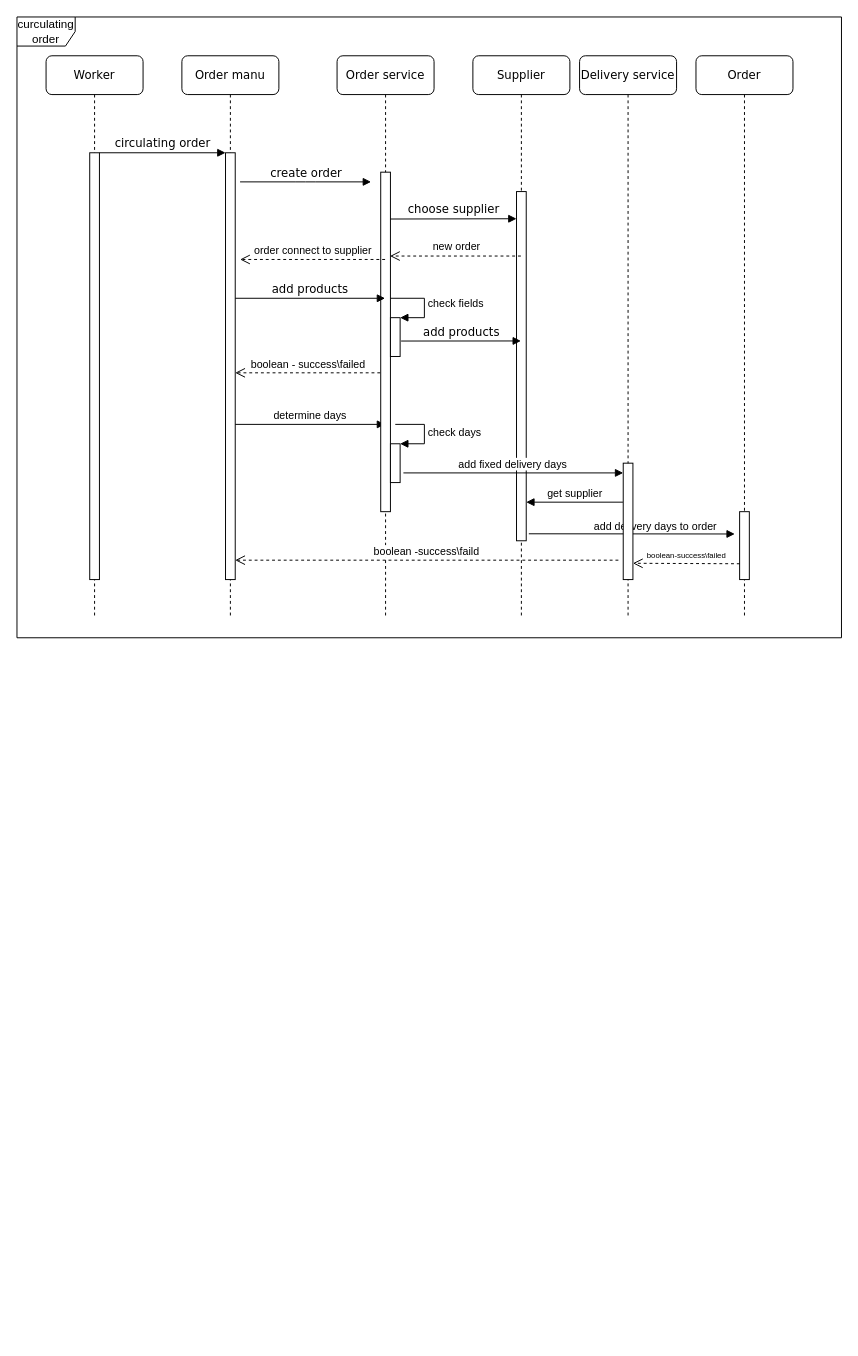
This is docs/use case diagram/sequence diagram scenario e.drawio from Naveavra/Market, a draw.io file, before an edit. Source tidied: cells renumbered, new cells numbered last; positions are measured from the earlier drawing's top-left corner, leaving out a move shared by most shapes. Both pictures are drawn from the tidied source at 97%, with x=0, y=0 at pixel (16, 16).
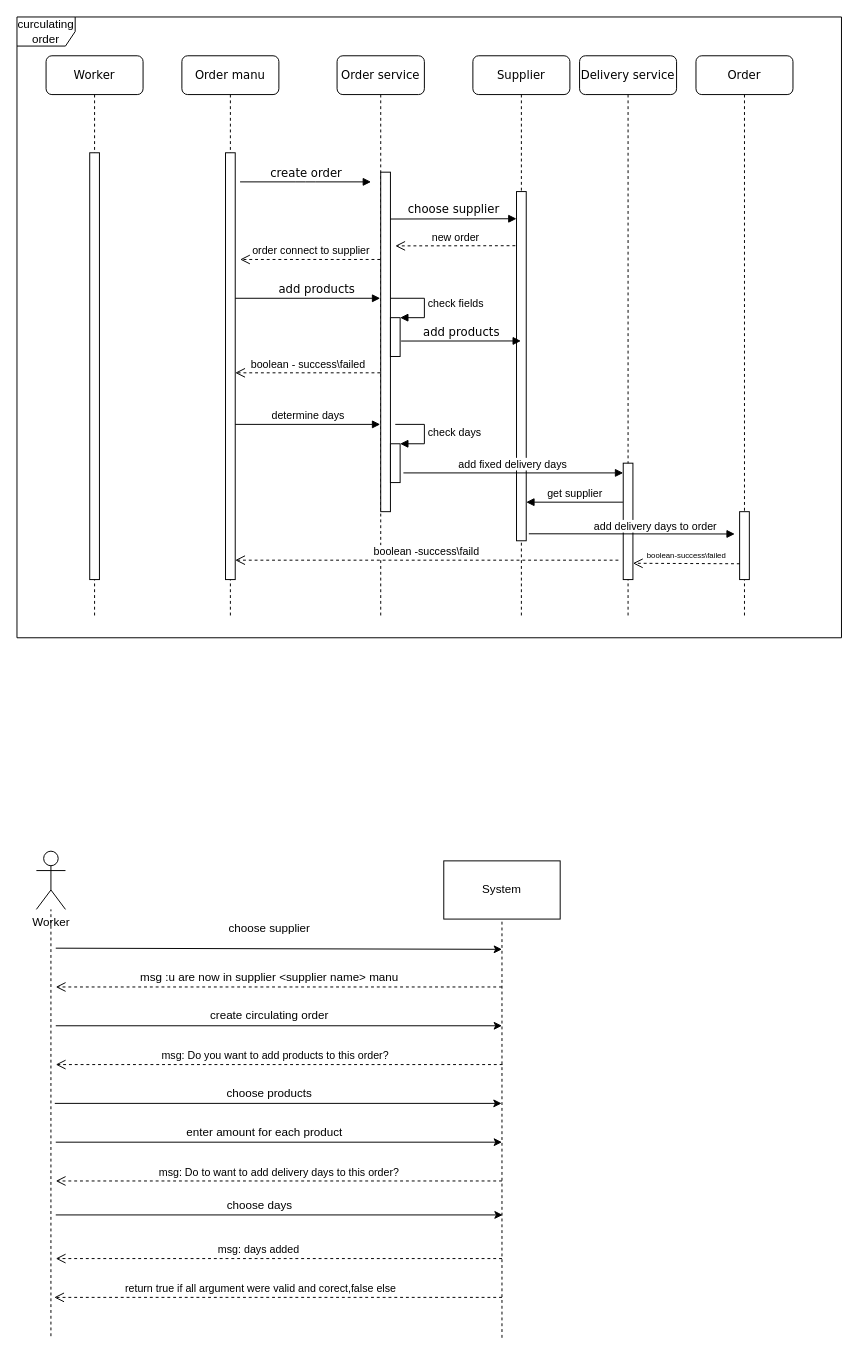
Above is the later version.

Commit message (it also covers changes not shown here):
add sequence diagram f

The change refers to these unchanged cells:
```xml
<mxCell id="8" style="html=1;points=[];perimeter=orthogonalPerimeter;rounded=0;shadow=0;comic=0;labelBackgroundColor=none;strokeWidth=1;fontFamily=Verdana;fontSize=12;align=center;" parent="7" vertex="1">
  <mxGeometry x="45" y="120" width="10" height="350" as="geometry" />
</mxCell>
<mxCell id="13" value="Supplier" style="shape=umlLifeline;perimeter=lifelinePerimeter;whiteSpace=wrap;html=1;outlineConnect=0;rounded=1;shadow=0;comic=0;labelBackgroundColor=none;strokeWidth=1;fontFamily=Verdana;fontSize=12;align=center;" parent="1" vertex="1">
  <mxGeometry x="470" y="40" width="100" height="580" as="geometry" />
</mxCell>
<mxCell id="15" style="html=1;points=[];perimeter=orthogonalPerimeter;rounded=0;shadow=0;comic=0;labelBackgroundColor=none;strokeWidth=1;fontFamily=Verdana;fontSize=12;align=center;" parent="14" vertex="1">
  <mxGeometry x="45" y="100" width="10" height="440" as="geometry" />
</mxCell>
<mxCell id="16" style="html=1;points=[];perimeter=orthogonalPerimeter;rounded=0;shadow=0;comic=0;labelBackgroundColor=none;strokeWidth=1;fontFamily=Verdana;fontSize=12;align=center;" parent="1" vertex="1">
  <mxGeometry x="515" y="180" width="10" height="360" as="geometry" />
</mxCell>
```

Change to the diagram source:
```diff
@@
-    <mxCell id="2" value="add delivery days to order" style="html=1;verticalAlign=bottom;endArrow=block;rounded=0;exitX=1.269;exitY=0.98;exitDx=0;exitDy=0;exitPerimeter=0;" parent="1" edge="1" source="16">
-      <mxGeometry x="0.22" y="-1" relative="1" as="geometry">
-        <mxPoint x="740" y="533" as="targetPoint" />
-      </mxGeometry>
-    </mxCell>
+    <mxCell id="7" value="Order service" style="shape=umlLifeline;perimeter=lifelinePerimeter;whiteSpace=wrap;html=1;outlineConnect=0;rounded=1;shadow=0;comic=0;labelBackgroundColor=none;strokeWidth=1;fontFamily=Verdana;fontSize=12;align=center;" parent="1" vertex="1">
+      <mxGeometry x="330" y="40" width="90" height="580" as="geometry" />
+    </mxCell>
-    <mxCell id="3" value="curculating order" style="shape=umlFrame;whiteSpace=wrap;html=1;" parent="1" vertex="1">
-      <mxGeometry width="850" height="640" as="geometry" />
+    <mxCell id="3" value="curculating order" style="shape=umlFrame;whiteSpace=wrap;html=1;" parent="7" vertex="1">
+      <mxGeometry x="-330" y="-40" width="850" height="640" as="geometry" />
     </mxCell>
-    <mxCell id="4" value="Order manu" style="shape=umlLifeline;perimeter=lifelinePerimeter;whiteSpace=wrap;html=1;rounded=1;shadow=0;comic=0;labelBackgroundColor=none;strokeWidth=1;fontFamily=Verdana;fontSize=12;align=center;" parent="1" vertex="1">
-      <mxGeometry x="170" y="40" width="100" height="580" as="geometry" />
-    </mxCell>
-    <mxCell id="5" style="html=1;points=[];perimeter=orthogonalPerimeter;rounded=0;shadow=0;comic=0;labelBackgroundColor=none;strokeWidth=1;fontFamily=Verdana;fontSize=12;align=center;" parent="4" vertex="1">
-      <mxGeometry x="45" y="100" width="10" height="440" as="geometry" />
-    </mxCell>
-    <mxCell id="6" value="determine days" style="html=1;verticalAlign=bottom;endArrow=block;rounded=0;" parent="4" edge="1" target="7">
-      <mxGeometry relative="1" as="geometry">
-        <mxPoint x="55" y="380" as="sourcePoint" />
-      </mxGeometry>
-    </mxCell>
-    <mxCell id="7" value="Order service" style="shape=umlLifeline;perimeter=lifelinePerimeter;whiteSpace=wrap;html=1;outlineConnect=0;rounded=1;shadow=0;comic=0;labelBackgroundColor=none;strokeWidth=1;fontFamily=Verdana;fontSize=12;align=center;" parent="1" vertex="1">
-      <mxGeometry x="330" y="40" width="100" height="580" as="geometry" />
-    </mxCell>
@@
+    <mxCell id="4" value="Order manu" style="shape=umlLifeline;perimeter=lifelinePerimeter;whiteSpace=wrap;html=1;rounded=1;shadow=0;comic=0;labelBackgroundColor=none;strokeWidth=1;fontFamily=Verdana;fontSize=12;align=center;" parent="1" vertex="1">
+      <mxGeometry x="170" y="40" width="100" height="580" as="geometry" />
+    </mxCell>
+    <mxCell id="5" style="html=1;points=[];perimeter=orthogonalPerimeter;rounded=0;shadow=0;comic=0;labelBackgroundColor=none;strokeWidth=1;fontFamily=Verdana;fontSize=12;align=center;" parent="4" vertex="1">
+      <mxGeometry x="45" y="100" width="10" height="440" as="geometry" />
+    </mxCell>
+    <mxCell id="6" value="determine days" style="html=1;verticalAlign=bottom;endArrow=block;rounded=0;" parent="4" edge="1" target="7">
+      <mxGeometry relative="1" as="geometry">
+        <mxPoint x="55" y="380" as="sourcePoint" />
+      </mxGeometry>
+    </mxCell>
@@
-    <mxCell id="17" value="circulating order" style="html=1;verticalAlign=bottom;endArrow=block;entryX=0;entryY=0;labelBackgroundColor=none;fontFamily=Verdana;fontSize=12;edgeStyle=elbowEdgeStyle;elbow=vertical;" parent="1" edge="1" source="15" target="5">
-      <mxGeometry relative="1" as="geometry" />
-    </mxCell>
     <mxCell id="18" value="choose supplier" style="html=1;verticalAlign=bottom;endArrow=block;labelBackgroundColor=none;fontFamily=Verdana;fontSize=12;edgeStyle=elbowEdgeStyle;elbow=vertical;exitX=0.99;exitY=0.138;exitDx=0;exitDy=0;exitPerimeter=0;" parent="1" edge="1" source="8" target="16">
-      <mxGeometry relative="1" as="geometry" />
+      <mxGeometry relative="1" as="geometry">
+        <Array as="points">
+          <mxPoint x="440" y="208" />
+        </Array>
+      </mxGeometry>
     </mxCell>
-    <mxCell id="19" value="new order" style="html=1;verticalAlign=bottom;endArrow=open;dashed=1;endSize=8;rounded=0;entryX=0.957;entryY=0.247;entryDx=0;entryDy=0;entryPerimeter=0;" parent="1" edge="1" source="13" target="8">
-      <mxGeometry relative="1" as="geometry" />
+    <mxCell id="19" value="new order" style="html=1;verticalAlign=bottom;endArrow=open;dashed=1;endSize=8;rounded=0;exitX=-0.126;exitY=0.155;exitDx=0;exitDy=0;exitPerimeter=0;" parent="1" edge="1" source="16">
+      <mxGeometry relative="1" as="geometry">
+        <mxPoint x="390" y="236" as="targetPoint" />
+      </mxGeometry>
     </mxCell>
@@
     <mxCell id="22" value="add products" style="html=1;verticalAlign=bottom;endArrow=block;labelBackgroundColor=none;fontFamily=Verdana;fontSize=12;edgeStyle=elbowEdgeStyle;elbow=vertical;" parent="1" edge="1" target="7">
-      <mxGeometry relative="1" as="geometry">
+      <mxGeometry x="0.12" relative="1" as="geometry">
         <mxPoint x="225" y="290" as="sourcePoint" />
         <Array as="points">
           <mxPoint x="330" y="290" />
         </Array>
       </mxGeometry>
     </mxCell>
@@
+    <mxCell id="33" value="Worker" style="shape=umlActor;verticalLabelPosition=bottom;verticalAlign=top;html=1;outlineConnect=0;" parent="1" vertex="1">
+      <mxGeometry x="20" y="860" width="30" height="60" as="geometry" />
+    </mxCell>
+    <mxCell id="34" value="System" style="rounded=0;whiteSpace=wrap;html=1;" parent="1" vertex="1">
+      <mxGeometry x="440" y="870" width="120" height="60" as="geometry" />
+    </mxCell>
+    <mxCell id="35" style="endArrow=none;dashed=1;html=1;rounded=0;" parent="1" edge="1" target="33">
+      <mxGeometry relative="1" as="geometry">
+        <mxPoint x="35" y="1360" as="sourcePoint" />
+      </mxGeometry>
+    </mxCell>
+    <mxCell id="36" style="endArrow=none;dashed=1;html=1;rounded=0;entryX=0.5;entryY=1;entryDx=0;entryDy=0;" parent="1" edge="1" target="34">
+      <mxGeometry relative="1" as="geometry">
+        <mxPoint x="500" y="1361.7" as="sourcePoint" />
+      </mxGeometry>
+    </mxCell>
+    <mxCell id="37" style="endArrow=classic;html=1;rounded=0;" parent="1" edge="1">
+      <mxGeometry relative="1" as="geometry">
+        <mxPoint x="40" y="960" as="sourcePoint" />
+        <mxPoint x="500" y="961.2" as="targetPoint" />
+      </mxGeometry>
+    </mxCell>
+    <mxCell id="38" value="create circulating order" style="text;html=1;align=center;verticalAlign=middle;strokeColor=none;fillColor=none;" parent="1" vertex="1">
+      <mxGeometry x="190" y="1020" width="140" height="20" as="geometry" />
+    </mxCell>
+    <mxCell id="39" value="choose supplier" style="text;html=1;align=center;verticalAlign=middle;strokeColor=none;fillColor=none;" parent="1" vertex="1">
+      <mxGeometry x="210" y="930" width="100" height="20" as="geometry" />
+    </mxCell>
+    <mxCell id="40" value="msg :u are now in supplier &amp;lt;supplier name&amp;gt; manu" style="text;html=1;align=center;verticalAlign=middle;strokeColor=none;fillColor=none;" parent="1" vertex="1">
+      <mxGeometry x="120" y="980" width="280" height="20" as="geometry" />
+    </mxCell>
+    <mxCell id="41" style="endArrow=classic;html=1;rounded=0;" parent="1" edge="1">
+      <mxGeometry relative="1" as="geometry">
+        <mxPoint x="40" y="1040" as="sourcePoint" />
+        <mxPoint x="500" y="1040" as="targetPoint" />
+      </mxGeometry>
+    </mxCell>
+    <mxCell id="42" style="endArrow=classic;html=1;rounded=0;" parent="1" edge="1">
+      <mxGeometry relative="1" as="geometry">
+        <mxPoint x="39" y="1120" as="sourcePoint" />
+        <mxPoint x="499.6" y="1120" as="targetPoint" />
+      </mxGeometry>
+    </mxCell>
+    <mxCell id="43" value="choose products" style="text;html=1;align=center;verticalAlign=middle;strokeColor=none;fillColor=none;" parent="1" vertex="1">
+      <mxGeometry x="210" y="1100" width="100" height="20" as="geometry" />
+    </mxCell>
+    <mxCell id="44" style="html=1;verticalAlign=bottom;endArrow=open;dashed=1;endSize=8;rounded=0;" parent="1" edge="1">
+      <mxGeometry x="-0.28" y="180" relative="1" as="geometry">
+        <mxPoint x="500" y="1000" as="sourcePoint" />
+        <mxPoint x="40" y="1000" as="targetPoint" />
+      </mxGeometry>
+    </mxCell>
+    <mxCell id="45" value="msg: Do you want to add products to this order?" style="html=1;verticalAlign=bottom;endArrow=open;dashed=1;endSize=8;rounded=0;" parent="1" edge="1">
+      <mxGeometry x="0.02" relative="1" as="geometry">
+        <mxPoint x="500.6" y="1080" as="sourcePoint" />
+        <mxPoint x="40" y="1080" as="targetPoint" />
+      </mxGeometry>
+    </mxCell>
+    <mxCell id="46" value="msg: Do to want to add delivery days to this order?" style="html=1;verticalAlign=bottom;endArrow=open;dashed=1;endSize=8;rounded=0;" parent="1" edge="1">
+      <mxGeometry relative="1" as="geometry">
+        <mxPoint x="500" y="1200" as="sourcePoint" />
+        <mxPoint x="40" y="1200" as="targetPoint" />
+      </mxGeometry>
+    </mxCell>
+    <mxCell id="47" style="endArrow=classic;html=1;rounded=0;" parent="1" edge="1">
+      <mxGeometry relative="1" as="geometry">
+        <mxPoint x="40" y="1235" as="sourcePoint" />
+        <mxPoint x="500.7" y="1235" as="targetPoint" />
+      </mxGeometry>
+    </mxCell>
+    <mxCell id="48" value="choose days" style="text;html=1;align=center;verticalAlign=middle;strokeColor=none;fillColor=none;" parent="1" vertex="1">
+      <mxGeometry x="210" y="1215" width="80" height="20" as="geometry" />
+    </mxCell>
+    <mxCell id="49" value="msg: days added" style="html=1;verticalAlign=bottom;endArrow=open;dashed=1;endSize=8;rounded=0;" parent="1" edge="1">
+      <mxGeometry x="0.09" relative="1" as="geometry">
+        <mxPoint x="500" y="1280" as="sourcePoint" />
+        <mxPoint x="40" y="1280" as="targetPoint" />
+      </mxGeometry>
+    </mxCell>
+    <mxCell id="50" value="return true if all argument were valid and corect,false else" style="html=1;verticalAlign=bottom;endArrow=open;dashed=1;endSize=8;rounded=0;" parent="1" edge="1">
+      <mxGeometry x="0.08" relative="1" as="geometry">
+        <mxPoint x="500" y="1320" as="sourcePoint" />
+        <mxPoint x="38.4" y="1320" as="targetPoint" />
+      </mxGeometry>
+    </mxCell>
+    <mxCell id="2" value="add delivery days to order" style="html=1;verticalAlign=bottom;endArrow=block;rounded=0;exitX=1.269;exitY=0.98;exitDx=0;exitDy=0;exitPerimeter=0;" parent="1" edge="1" source="16">
+      <mxGeometry x="0.22" y="-1" relative="1" as="geometry">
+        <mxPoint x="740" y="533" as="targetPoint" />
+      </mxGeometry>
+    </mxCell>
+    <mxCell id="51" style="endArrow=classic;html=1;rounded=0;" parent="1" edge="1">
+      <mxGeometry relative="1" as="geometry">
+        <mxPoint x="40" y="1160" as="sourcePoint" />
+        <mxPoint x="500" y="1160" as="targetPoint" />
+      </mxGeometry>
+    </mxCell>
+    <mxCell id="52" value="enter amount for each product" style="text;html=1;align=center;verticalAlign=middle;strokeColor=none;fillColor=none;" parent="1" vertex="1">
+      <mxGeometry x="165" y="1140" width="180" height="20" as="geometry" />
+    </mxCell>
```
